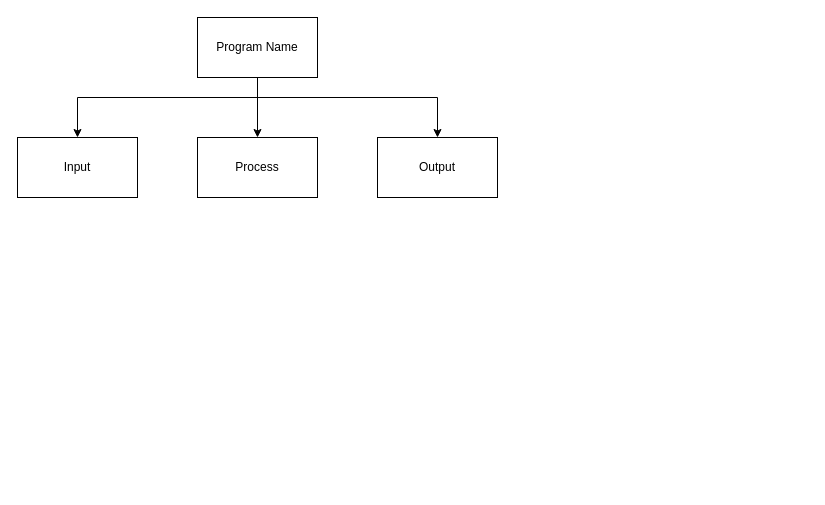
MTHS-ICS3U-2-2022/ICS3U-Assignment-3-Nina-S-Mathew keeps this draw.io diagram as design/topdown.drawio. Above is the earlier version. Source tidied: cells renumbered, new cells numbered last; positions are measured from the earlier drawing's top-left corner, leaving out a move shared by most shapes. Both pictures are drawn from the tidied source at 100%, with x=0, y=0 at pixel (17, 17).
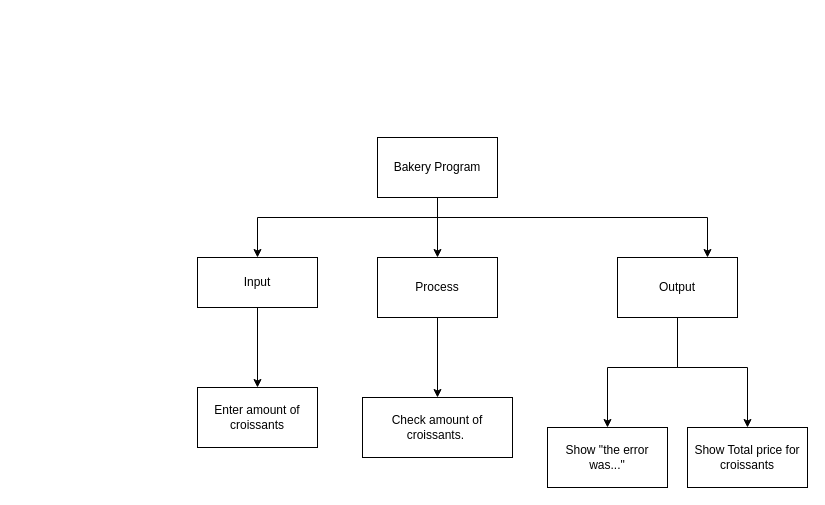
After the change.

Commit message (it also covers changes not shown here):
created flowchart and topdown

Diff of the diagram source:
```diff
@@
-    <mxCell id="2" style="edgeStyle=orthogonalEdgeStyle;html=1;rounded=0;" parent="1" edge="1" source="5" target="6">
-      <mxGeometry relative="1" as="geometry" />
-    </mxCell>
-    <mxCell id="3" style="edgeStyle=orthogonalEdgeStyle;rounded=0;html=1;" parent="1" edge="1" source="5" target="7">
-      <mxGeometry relative="1" as="geometry">
-        <Array as="points">
-          <mxPoint x="240" y="80" />
-          <mxPoint x="420" y="80" />
-        </Array>
-      </mxGeometry>
-    </mxCell>
-    <mxCell id="4" style="edgeStyle=orthogonalEdgeStyle;rounded=0;html=1;" parent="1" edge="1" source="5" target="8">
-      <mxGeometry relative="1" as="geometry">
-        <Array as="points">
-          <mxPoint x="240" y="80" />
-          <mxPoint x="60" y="80" />
-        </Array>
-      </mxGeometry>
-    </mxCell>
+    <mxCell id="9" style="edgeStyle=orthogonalEdgeStyle;html=1;rounded=0;" parent="1" edge="1" source="7" target="2">
+      <mxGeometry relative="1" as="geometry" />
+    </mxCell>
-    <mxCell id="5" value="Program Name" style="rounded=0;whiteSpace=wrap;html=1;" parent="1" vertex="1">
-      <mxGeometry x="180" width="120" height="60" as="geometry" />
+    <mxCell id="5" style="edgeStyle=orthogonalEdgeStyle;rounded=0;html=1;" parent="1" edge="1" source="7" target="10">
+      <mxGeometry relative="1" as="geometry">
+        <Array as="points">
+          <mxPoint x="420" y="200" />
+          <mxPoint x="690" y="200" />
+        </Array>
+      </mxGeometry>
     </mxCell>
-    <mxCell id="6" value="Process" style="rounded=0;whiteSpace=wrap;html=1;" parent="1" vertex="1">
-      <mxGeometry x="180" y="120" width="120" height="60" as="geometry" />
+    <mxCell id="6" style="edgeStyle=orthogonalEdgeStyle;rounded=0;html=1;" parent="1" edge="1" source="7" target="12">
+      <mxGeometry relative="1" as="geometry">
+        <Array as="points">
+          <mxPoint x="420" y="200" />
+          <mxPoint x="240" y="200" />
+        </Array>
+      </mxGeometry>
     </mxCell>
-    <mxCell id="7" value="Output" style="rounded=0;whiteSpace=wrap;html=1;" parent="1" vertex="1">
+    <mxCell id="7" value="Bakery Program" style="rounded=0;whiteSpace=wrap;html=1;" parent="1" vertex="1">
       <mxGeometry x="360" y="120" width="120" height="60" as="geometry" />
     </mxCell>
-    <mxCell id="8" value="Input" style="rounded=0;whiteSpace=wrap;html=1;" parent="1" vertex="1">
-      <mxGeometry y="120" width="120" height="60" as="geometry" />
+    <mxCell id="8" style="edgeStyle=none;html=1;" parent="1" edge="1" source="2" target="14">
+      <mxGeometry relative="1" as="geometry" />
     </mxCell>
+    <mxCell id="2" value="Process" style="rounded=0;whiteSpace=wrap;html=1;" parent="1" vertex="1">
+      <mxGeometry x="360" y="240" width="120" height="60" as="geometry" />
+    </mxCell>
+    <mxCell id="3" style="edgeStyle=none;html=1;rounded=0;" parent="1" edge="1" source="10" target="15">
+      <mxGeometry relative="1" as="geometry">
+        <Array as="points">
+          <mxPoint x="660" y="350" />
+          <mxPoint x="590" y="350" />
+        </Array>
+      </mxGeometry>
+    </mxCell>
+    <mxCell id="4" style="edgeStyle=none;html=1;exitX=0.5;exitY=1;exitDx=0;exitDy=0;entryX=0.5;entryY=0;entryDx=0;entryDy=0;rounded=0;" parent="1" edge="1" source="10" target="16">
+      <mxGeometry relative="1" as="geometry">
+        <Array as="points">
+          <mxPoint x="660" y="350" />
+          <mxPoint x="730" y="350" />
+        </Array>
+      </mxGeometry>
+    </mxCell>
+    <mxCell id="10" value="Output" style="rounded=0;whiteSpace=wrap;html=1;" parent="1" vertex="1">
+      <mxGeometry x="600" y="240" width="120" height="60" as="geometry" />
+    </mxCell>
+    <mxCell id="11" style="edgeStyle=none;html=1;" parent="1" edge="1" source="12" target="13">
+      <mxGeometry relative="1" as="geometry" />
+    </mxCell>
+    <mxCell id="12" value="Input" style="rounded=0;whiteSpace=wrap;html=1;" parent="1" vertex="1">
+      <mxGeometry x="180" y="240" width="120" height="50" as="geometry" />
+    </mxCell>
+    <mxCell id="13" value="Enter amount of croissants" style="rounded=0;whiteSpace=wrap;html=1;" parent="1" vertex="1">
+      <mxGeometry x="180" y="370" width="120" height="60" as="geometry" />
+    </mxCell>
+    <mxCell id="14" value="Check amount of croissants.&amp;nbsp;" style="rounded=0;whiteSpace=wrap;html=1;" parent="1" vertex="1">
+      <mxGeometry x="345" y="380" width="150" height="60" as="geometry" />
+    </mxCell>
+    <mxCell id="15" value="Show &quot;the error was...&quot;" style="rounded=0;whiteSpace=wrap;html=1;" parent="1" vertex="1">
+      <mxGeometry x="530" y="410" width="120" height="60" as="geometry" />
+    </mxCell>
+    <mxCell id="16" value="Show Total price for croissants" style="rounded=0;whiteSpace=wrap;html=1;" parent="1" vertex="1">
+      <mxGeometry x="670" y="410" width="120" height="60" as="geometry" />
+    </mxCell>
```
